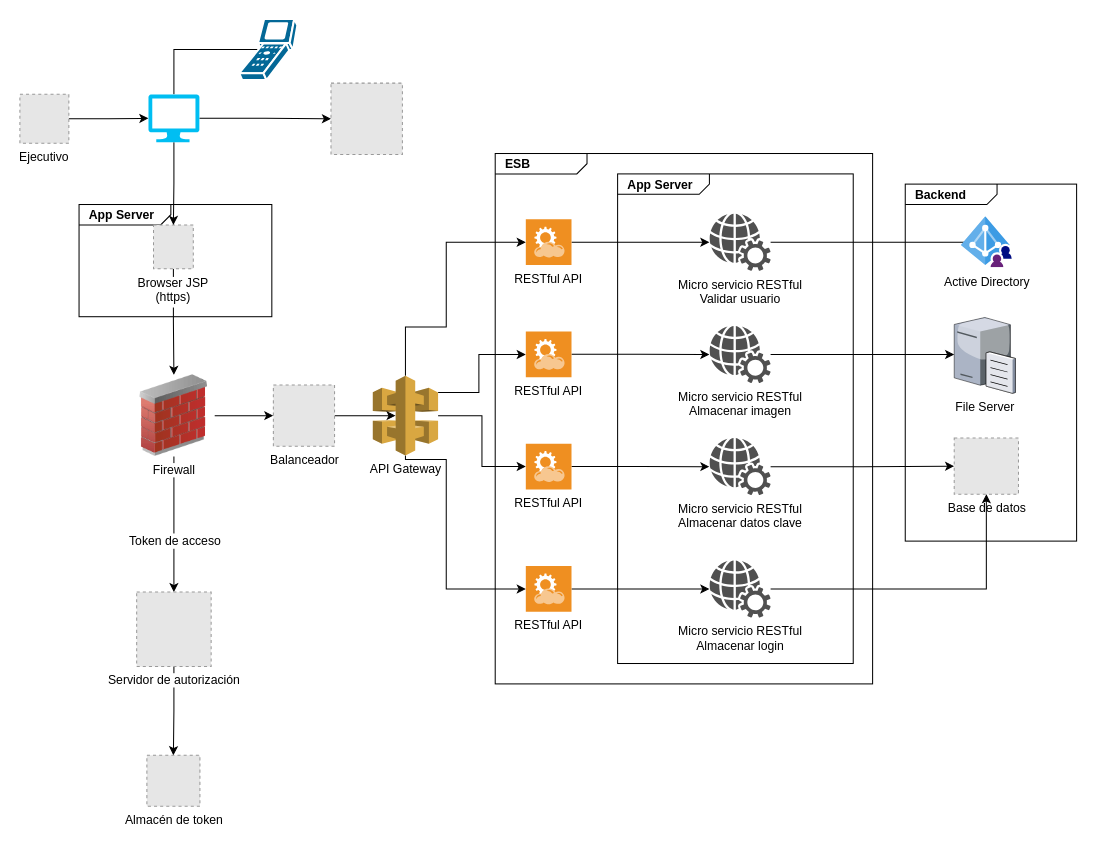
This is DiagramaArquitectura.drawio from Churre/Everyting, a draw.io file, before an edit. Source tidied: cells renumbered, new cells numbered last; positions are measured from the earlier drawing's top-left corner, leaving out a move shared by most shapes. Both pictures are drawn from the tidied source at 102%, with x=0, y=0 at pixel (19, 18). Pictures stored in the file or linked from it are replaced by grey dashed boxes.
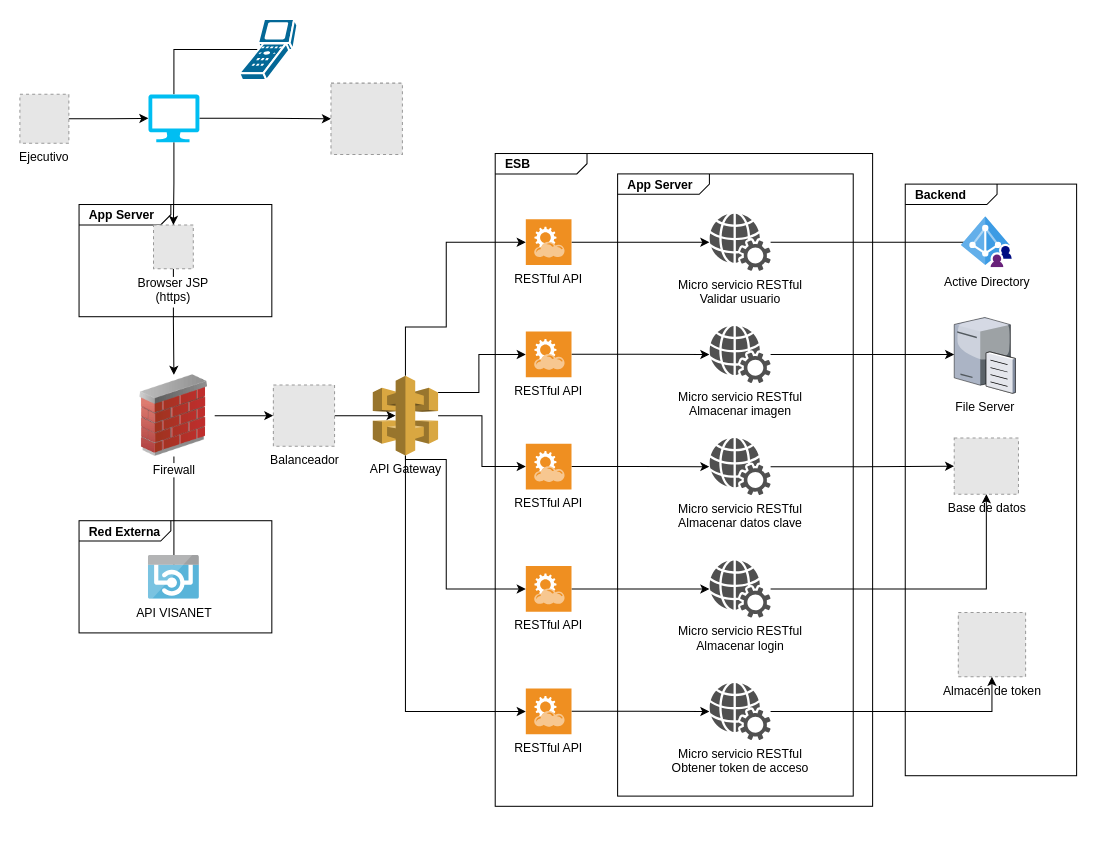
The same diagram, later.

Unchanged cells that the change refers to:
```xml
<mxCell id="20" value="API Gateway" style="outlineConnect=0;dashed=0;verticalLabelPosition=bottom;verticalAlign=top;align=center;html=1;shape=mxgraph.aws3.api_gateway;fillColor=#D9A741;gradientColor=none;" parent="1" vertex="1">
  <mxGeometry x="346" y="350" width="64" height="78" as="geometry" />
</mxCell>
<mxCell id="24" value="Firewall" style="image;html=1;labelBackgroundColor=#ffffff;image=img/lib/clip_art/networking/Firewall_02_128x128.png;" parent="1" vertex="1">
  <mxGeometry x="111" y="349" width="80" height="80" as="geometry" />
</mxCell>
```

Change to the diagram source:
```diff
@@
+    <mxCell id="49" value="&lt;p style=&quot;margin: 0px ; margin-top: 4px ; margin-left: 10px ; text-align: left&quot;&gt;&lt;b&gt;Red Externa&lt;/b&gt;&lt;/p&gt;" style="html=1;strokeWidth=1;shape=mxgraph.sysml.package;html=1;overflow=fill;whiteSpace=wrap;" parent="1" vertex="1">
+      <mxGeometry x="58" y="492" width="189" height="110" as="geometry" />
+    </mxCell>
     <mxCell id="2" value="&lt;p style=&quot;margin: 0px ; margin-top: 4px ; margin-left: 10px ; text-align: left&quot;&gt;&lt;b&gt;ESB&lt;/b&gt;&lt;/p&gt;" style="html=1;strokeWidth=1;shape=mxgraph.sysml.package;html=1;overflow=fill;whiteSpace=wrap;" parent="1" vertex="1">
-      <mxGeometry x="466" y="132" width="370" height="520" as="geometry" />
+      <mxGeometry x="466" y="132" width="370" height="640" as="geometry" />
     </mxCell>
     <mxCell id="3" value="&lt;p style=&quot;margin: 0px ; margin-top: 4px ; margin-left: 10px ; text-align: left&quot;&gt;&lt;b&gt;Backend&lt;/b&gt;&lt;/p&gt;" style="html=1;strokeWidth=1;shape=mxgraph.sysml.package;html=1;overflow=fill;whiteSpace=wrap;" parent="1" vertex="1">
-      <mxGeometry x="868" y="162" width="168" height="350" as="geometry" />
+      <mxGeometry x="868" y="162" width="168" height="580" as="geometry" />
     </mxCell>
     <mxCell id="4" value="&lt;p style=&quot;margin: 0px ; margin-top: 4px ; margin-left: 10px ; text-align: left&quot;&gt;&lt;b&gt;App Server&lt;/b&gt;&lt;/p&gt;" style="html=1;strokeWidth=1;shape=mxgraph.sysml.package;html=1;overflow=fill;whiteSpace=wrap;" parent="1" vertex="1">
-      <mxGeometry x="586" y="152" width="231" height="480" as="geometry" />
+      <mxGeometry x="586" y="152" width="231" height="610" as="geometry" />
     </mxCell>
@@
+    <mxCell id="50" style="edgeStyle=orthogonalEdgeStyle;rounded=0;jettySize=auto;html=1;" parent="1" edge="1" source="20" target="53">
+      <mxGeometry relative="1" as="geometry">
+        <Array as="points">
+          <mxPoint x="378" y="679" />
+        </Array>
+      </mxGeometry>
+    </mxCell>
@@
-    <mxCell id="21" style="edgeStyle=orthogonalEdgeStyle;rounded=0;jettySize=auto;html=1;entryX=0.5;entryY=0;entryDx=0;entryDy=0;" parent="1" edge="1" source="24" target="31">
-      <mxGeometry relative="1" as="geometry" />
-    </mxCell>
-    <mxCell id="22" value="Token de acceso" style="text;html=1;align=center;verticalAlign=middle;labelBackgroundColor=#ffffff;" parent="21" vertex="1">
-      <mxGeometry x="0.24" relative="1" as="geometry" />
-    </mxCell>
@@
+    <mxCell id="51" style="edgeStyle=orthogonalEdgeStyle;rounded=0;jettySize=auto;html=1;entryX=0.25;entryY=0;entryDx=0;entryDy=0;" parent="1" edge="1" source="24" target="56">
+      <mxGeometry relative="1" as="geometry" />
+    </mxCell>
@@
-    <mxCell id="30" style="edgeStyle=orthogonalEdgeStyle;rounded=0;jettySize=auto;html=1;entryX=0.5;entryY=0;entryDx=0;entryDy=0;" parent="1" edge="1" source="31" target="32">
-      <mxGeometry relative="1" as="geometry" />
-    </mxCell>
-    <mxCell id="31" value="Servidor de autorización" style="fillColor=#E6E6E6;strokeColor=#999999;dashed=1;html=1;verticalAlign=top;verticalLabelPosition=bottom;labelBackgroundColor=#ffffff;" parent="1" vertex="1">
-      <mxGeometry x="114.5" y="562" width="73" height="73" as="geometry" />
-    </mxCell>
     <mxCell id="32" value="Almacén de token" style="fillColor=#E6E6E6;strokeColor=#999999;dashed=1;html=1;verticalAlign=top;verticalLabelPosition=bottom;labelBackgroundColor=#ffffff;" parent="1" vertex="1">
-      <mxGeometry x="124.5" y="722" width="52" height="50" as="geometry" />
+      <mxGeometry x="920" y="582" width="66" height="63" as="geometry" />
     </mxCell>
@@
+    <mxCell id="52" style="edgeStyle=orthogonalEdgeStyle;rounded=0;jettySize=auto;html=1;" parent="1" edge="1" source="53" target="55">
+      <mxGeometry relative="1" as="geometry" />
+    </mxCell>
+    <mxCell id="53" value="RESTful API" style="shadow=0;dashed=0;html=1;strokeColor=none;fillColor=#EF8F21;labelPosition=center;verticalLabelPosition=bottom;verticalAlign=top;align=center;outlineConnect=0;shape=mxgraph.veeam.2d.restful_apis;" parent="1" vertex="1">
+      <mxGeometry x="496" y="656.5" width="44.8" height="44.8" as="geometry" />
+    </mxCell>
+    <mxCell id="54" style="edgeStyle=orthogonalEdgeStyle;rounded=0;jettySize=auto;html=1;entryX=0.5;entryY=1;entryDx=0;entryDy=0;" parent="1" edge="1" source="55" target="32">
+      <mxGeometry relative="1" as="geometry" />
+    </mxCell>
+    <mxCell id="55" value="Micro servicio RESTful&lt;br&gt;Obtener token de acceso" style="shadow=0;dashed=0;html=1;strokeColor=none;fillColor=#505050;labelPosition=center;verticalLabelPosition=bottom;verticalAlign=top;outlineConnect=0;align=center;shape=mxgraph.office.services.web_services;" parent="1" vertex="1">
+      <mxGeometry x="676" y="651" width="60" height="56" as="geometry" />
+    </mxCell>
+    <mxCell id="56" value="API VISANET" style="html=1;perimeter=none;align=center;shadow=0;dashed=0;image;fontSize=12;image=img/lib/mscae/App_Service_API_Apps.svg;" parent="1" vertex="1">
+      <mxGeometry x="126" y="526" width="50" height="43" as="geometry" />
+    </mxCell>
```
